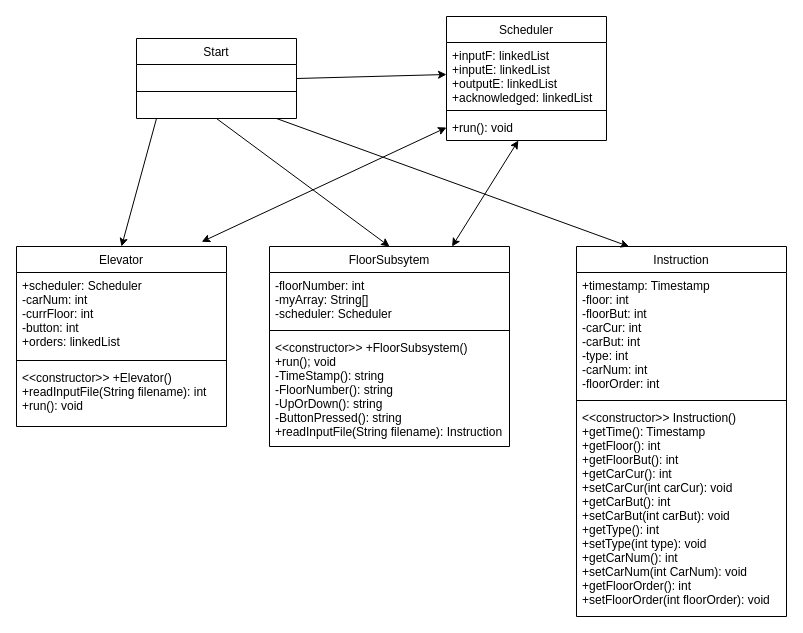
Above: Class_Diagram.drawio in JonasHurlen/SYSC3303_Project01 (draw.io), before the change. Source tidied: cells renumbered, new cells numbered last; positions are measured from the earlier drawing's top-left corner, leaving out a move shared by most shapes. Both pictures are drawn from the tidied source at 100%, with x=0, y=0 at pixel (16, 16).
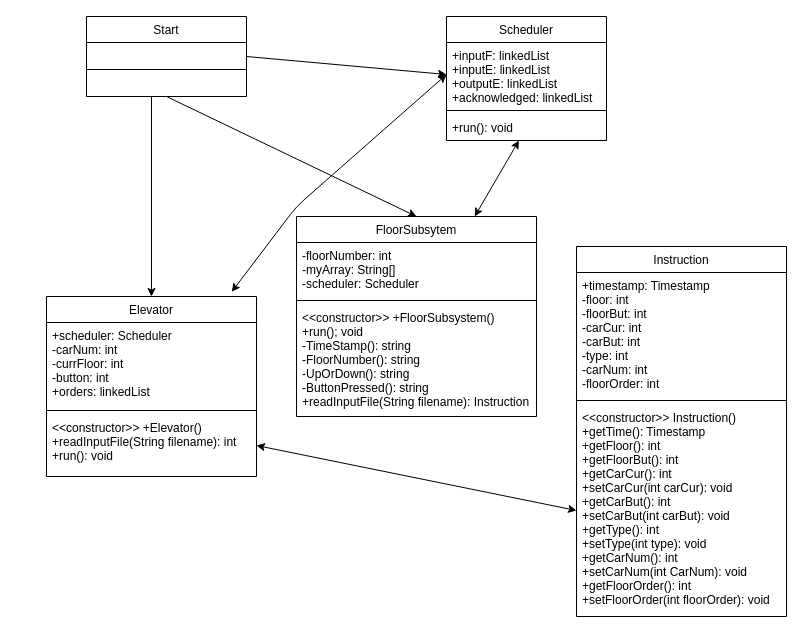
The same page after the edit.

The change refers to these unchanged cells:
```xml
<mxCell id="3" value="+inputF: linkedList&#10;+inputE: linkedList&#10;+outputE: linkedList&#10;+acknowledged: linkedList&#10;" style="text;align=left;verticalAlign=top;spacingLeft=4;spacingRight=4;overflow=hidden;points=[[0,0.5],[1,0.5]];portConstraint=eastwest;" parent="2" vertex="1">
  <mxGeometry y="26" width="160" height="64" as="geometry" />
</mxCell>
<mxCell id="5" value="+run(): void" style="text;align=left;verticalAlign=top;spacingLeft=4;spacingRight=4;overflow=hidden;points=[[0,0.5],[1,0.5]];portConstraint=eastwest;" parent="2" vertex="1">
  <mxGeometry y="98" width="160" height="26" as="geometry" />
</mxCell>
<mxCell id="9" value="&lt;&lt;constructor&gt;&gt; +Elevator()&#10;+readInputFile(String filename): int&#10;+run(): void" style="text;align=left;verticalAlign=top;spacingLeft=4;spacingRight=4;overflow=hidden;points=[[0,0.5],[1,0.5]];portConstraint=eastwest;fontStyle=0;" parent="6" vertex="1">
  <mxGeometry y="118" width="210" height="62" as="geometry" />
</mxCell>
<mxCell id="14" value="Instruction" style="swimlane;fontStyle=0;align=center;verticalAlign=top;horizontal=1;startSize=26;rounded=0;shadow=0;strokeWidth=1;" parent="1" vertex="1">
  <mxGeometry x="560" y="230" width="210" height="370" as="geometry" />
</mxCell>
<mxCell id="17" value="&lt;&lt;constructor&gt;&gt; Instruction()&#10;+getTime(): Timestamp&#10;+getFloor(): int&#10;+getFloorBut(): int&#10;+getCarCur(): int&#10;+setCarCur(int carCur): void&#10;+getCarBut(): int&#10;+setCarBut(int carBut): void&#10;+getType(): int&#10;+setType(int type): void&#10;+getCarNum(): int&#10;+setCarNum(int CarNum): void&#10;+getFloorOrder(): int&#10;+setFloorOrder(int floorOrder): void &#10;" style="text;align=left;verticalAlign=top;spacingLeft=4;spacingRight=4;overflow=hidden;points=[[0,0.5],[1,0.5]];portConstraint=eastwest;" parent="14" vertex="1">
  <mxGeometry y="158" width="210" height="212" as="geometry" />
</mxCell>
```

The edit, as a diff of the source:
```diff
@@
     <mxCell id="6" value="Elevator" style="swimlane;fontStyle=0;align=center;verticalAlign=top;horizontal=1;startSize=26;rounded=0;shadow=0;strokeWidth=1;" parent="1" vertex="1">
-      <mxGeometry y="230" width="210" height="180" as="geometry" />
+      <mxGeometry x="30" y="280" width="210" height="180" as="geometry" />
     </mxCell>
@@
     <mxCell id="10" value="FloorSubsytem" style="swimlane;fontStyle=0;align=center;verticalAlign=top;horizontal=1;startSize=26;rounded=0;shadow=0;strokeWidth=1;" parent="1" vertex="1">
-      <mxGeometry x="253" y="230" width="240" height="200" as="geometry" />
+      <mxGeometry x="280" y="200" width="240" height="200" as="geometry" />
     </mxCell>
@@
     <mxCell id="18" value="Start" style="swimlane;fontStyle=0;align=center;verticalAlign=top;horizontal=1;startSize=26;rounded=0;shadow=0;strokeWidth=1;" parent="1" vertex="1">
-      <mxGeometry x="120" y="22" width="160" height="80" as="geometry" />
+      <mxGeometry x="70" width="160" height="80" as="geometry" />
     </mxCell>
@@
     <mxCell id="20" style="endArrow=classic;html=1;entryX=0.5;entryY=0;entryDx=0;entryDy=0;" parent="1" edge="1" target="6">
       <mxGeometry relative="1" as="geometry">
-        <mxPoint x="140" y="102" as="sourcePoint" />
+        <mxPoint x="135" y="80" as="sourcePoint" />
       </mxGeometry>
     </mxCell>
@@
-    <mxCell id="22" style="endArrow=classic;html=1;entryX=0.25;entryY=0;entryDx=0;entryDy=0;exitX=0.5;exitY=1;exitDx=0;exitDy=0;" parent="1" edge="1" target="14">
-      <mxGeometry relative="1" as="geometry">
-        <mxPoint x="260" y="102" as="sourcePoint" />
-      </mxGeometry>
-    </mxCell>
@@
-    <mxCell id="25" style="endArrow=classic;startArrow=classic;html=1;entryX=0;entryY=0.5;entryDx=0;entryDy=0;exitX=0.882;exitY=-0.026;exitDx=0;exitDy=0;exitPerimeter=0;" parent="1" edge="1" source="6" target="5">
-      <mxGeometry relative="1" as="geometry" />
+    <mxCell id="25" style="endArrow=classic;startArrow=classic;html=1;entryX=0;entryY=0.5;entryDx=0;entryDy=0;exitX=0.882;exitY=-0.026;exitDx=0;exitDy=0;exitPerimeter=0;" parent="1" edge="1" source="6" target="3">
+      <mxGeometry relative="1" as="geometry">
+        <Array as="points">
+          <mxPoint x="280" y="190" />
+        </Array>
+      </mxGeometry>
     </mxCell>
+    <mxCell id="26" style="endArrow=classic;startArrow=classic;html=1;entryX=0;entryY=0.5;entryDx=0;entryDy=0;exitX=1;exitY=0.5;exitDx=0;exitDy=0;" parent="1" edge="1" source="9" target="17">
+      <mxGeometry relative="1" as="geometry" />
+    </mxCell>
```
